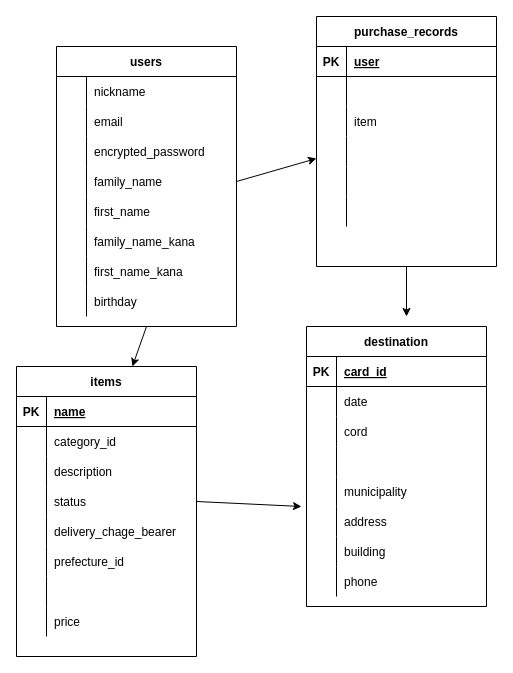
The draw.io diagram README.dio in akifumiyamane/furima-38392, before the edit. Source tidied: cells renumbered, new cells numbered last; positions are measured from the earlier drawing's top-left corner, leaving out a move shared by most shapes. Both pictures are drawn from the tidied source at 100%, with x=0, y=0 at pixel (16, 16).
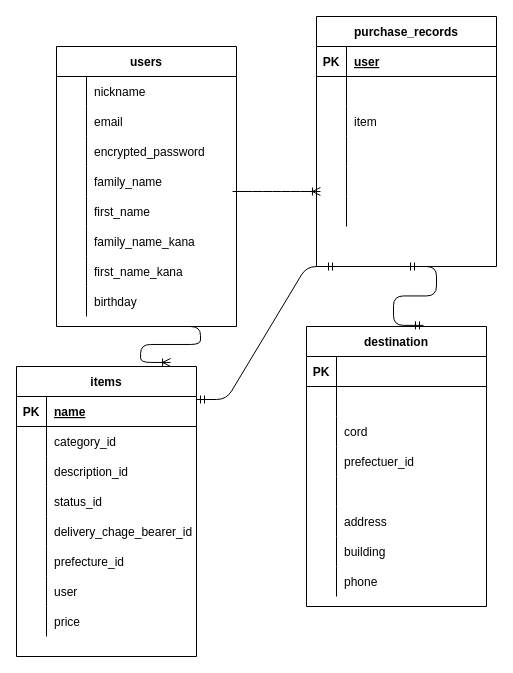
Above is the later version.

Commit message:
データベース設計

Unchanged cells that the change refers to:
```xml
<mxCell id="2" value="items" style="shape=table;startSize=30;childLayout=tableLayout;rowLines=0;fontStyle=1;align=center;" parent="1" vertex="1">
  <mxGeometry y="350" width="180" height="290" as="geometry" />
</mxCell>
<mxCell id="3" style="shape=partialRectangle;fillColor=none;top=0;left=0;bottom=1;right=0;points=[[0,0.5],[1,0.5]];portConstraint=eastwest;" parent="2" vertex="1">
  <mxGeometry y="30" width="180" height="30" as="geometry" />
</mxCell>
<mxCell id="9" style="shape=partialRectangle;fillColor=none;top=0;left=0;bottom=0;right=0;" parent="2" vertex="1">
  <mxGeometry y="90" width="180" height="30" as="geometry" />
</mxCell>
<mxCell id="12" style="shape=partialRectangle;fillColor=none;top=0;left=0;bottom=0;right=0;points=[[0,0.5],[1,0.5]];portConstraint=eastwest;" parent="2" vertex="1">
  <mxGeometry y="120" width="180" height="30" as="geometry" />
</mxCell>
<mxCell id="15" style="shape=partialRectangle;fillColor=none;top=0;left=0;bottom=0;right=0;" parent="2" vertex="1">
  <mxGeometry y="150" width="180" height="30" as="geometry" />
</mxCell>
<mxCell id="21" style="shape=partialRectangle;fillColor=none;top=0;left=0;bottom=0;right=0;" parent="2" vertex="1">
  <mxGeometry y="210" width="180" height="30" as="geometry" />
</mxCell>
<mxCell id="28" value="purchase_records" style="shape=table;startSize=30;childLayout=tableLayout;rowLines=0;fontStyle=1;align=center;" parent="1" vertex="1">
  <mxGeometry x="300" width="180" height="250" as="geometry" />
</mxCell>
<mxCell id="38" style="shape=partialRectangle;fillColor=none;top=0;left=0;bottom=0;right=0;points=[[0,0.5],[1,0.5]];portConstraint=eastwest;" parent="28" vertex="1">
  <mxGeometry y="120" width="180" height="30" as="geometry" />
</mxCell>
<mxCell id="44" style="shape=partialRectangle;fillColor=none;top=0;left=0;bottom=0;right=0;points=[[0,0.5],[1,0.5]];portConstraint=eastwest;" parent="28" vertex="1">
  <mxGeometry y="180" width="180" height="30" as="geometry" />
</mxCell>
<mxCell id="47" value="destination" style="shape=table;startSize=30;childLayout=tableLayout;rowLines=0;fontStyle=1;align=center;" parent="1" vertex="1">
  <mxGeometry x="290" y="310" width="180" height="280" as="geometry" />
</mxCell>
<mxCell id="48" style="shape=partialRectangle;fillColor=none;top=0;left=0;bottom=1;right=0;" parent="47" vertex="1">
  <mxGeometry y="30" width="180" height="30" as="geometry" />
</mxCell>
<mxCell id="51" style="shape=partialRectangle;fillColor=none;top=0;left=0;bottom=0;right=0;" parent="47" vertex="1">
  <mxGeometry y="60" width="180" height="30" as="geometry" />
</mxCell>
<mxCell id="57" style="shape=partialRectangle;fillColor=none;top=0;left=0;bottom=0;right=0;" parent="47" vertex="1">
  <mxGeometry y="120" width="180" height="30" as="geometry" />
</mxCell>
<mxCell id="60" style="shape=partialRectangle;fillColor=none;top=0;left=0;bottom=0;right=0;" parent="47" vertex="1">
  <mxGeometry y="150" width="180" height="30" as="geometry" />
</mxCell>
<mxCell id="63" style="shape=partialRectangle;fillColor=none;top=0;left=0;bottom=0;right=0;points=[[0,0.5],[1,0.5]];portConstraint=eastwest;" parent="47" vertex="1">
  <mxGeometry y="180" width="180" height="30" as="geometry" />
</mxCell>
<mxCell id="74" value="users" style="shape=table;startSize=30;childLayout=tableLayout;rowLines=0;fontStyle=1;align=center;" parent="1" vertex="1">
  <mxGeometry x="40" y="30" width="180" height="280" as="geometry" />
</mxCell>
<mxCell id="84" style="shape=partialRectangle;fillColor=none;top=0;left=0;bottom=0;right=0;points=[[0,0.5],[1,0.5]];portConstraint=eastwest;" parent="74" vertex="1">
  <mxGeometry y="120" width="180" height="30" as="geometry" />
</mxCell>
<mxCell id="87" style="shape=partialRectangle;fillColor=none;top=0;left=0;bottom=0;right=0;points=[[0,0.5],[1,0.5]];portConstraint=eastwest;" parent="74" vertex="1">
  <mxGeometry y="150" width="180" height="30" as="geometry" />
</mxCell>
```

What changed in the source:
```diff
@@
-    <mxCell id="11" value="description" style="shape=partialRectangle;fillColor=none;top=0;left=0;bottom=0;right=0;align=left;spacingLeft=6;overflow=hidden;" parent="9" vertex="1">
+    <mxCell id="11" value="description_id" style="shape=partialRectangle;fillColor=none;top=0;left=0;bottom=0;right=0;align=left;spacingLeft=6;overflow=hidden;" parent="9" vertex="1">
       <mxGeometry x="30" width="150" height="30" as="geometry" />
     </mxCell>
@@
-    <mxCell id="14" value="status" style="shape=partialRectangle;fillColor=none;top=0;left=0;bottom=0;right=0;align=left;spacingLeft=6;overflow=hidden;" parent="12" vertex="1">
+    <mxCell id="14" value="status_id" style="shape=partialRectangle;fillColor=none;top=0;left=0;bottom=0;right=0;align=left;spacingLeft=6;overflow=hidden;" parent="12" vertex="1">
       <mxGeometry x="30" width="150" height="30" as="geometry" />
     </mxCell>
@@
-    <mxCell id="17" value="delivery_chage_bearer" style="shape=partialRectangle;fillColor=none;top=0;left=0;bottom=0;right=0;align=left;spacingLeft=6;overflow=hidden;" parent="15" vertex="1">
+    <mxCell id="17" value="delivery_chage_bearer_id" style="shape=partialRectangle;fillColor=none;top=0;left=0;bottom=0;right=0;align=left;spacingLeft=6;overflow=hidden;" parent="15" vertex="1">
       <mxGeometry x="30" width="150" height="30" as="geometry" />
     </mxCell>
@@
-    <mxCell id="23" style="shape=partialRectangle;fillColor=none;top=0;left=0;bottom=0;right=0;align=left;spacingLeft=6;overflow=hidden;" parent="21" vertex="1">
+    <mxCell id="23" value="user" style="shape=partialRectangle;fillColor=none;top=0;left=0;bottom=0;right=0;align=left;spacingLeft=6;overflow=hidden;" parent="21" vertex="1">
       <mxGeometry x="30" width="150" height="30" as="geometry" />
     </mxCell>
@@
-    <mxCell id="27" style="edgeStyle=none;html=1;exitX=0.5;exitY=1;exitDx=0;exitDy=0;" parent="1" edge="1" source="28">
-      <mxGeometry relative="1" as="geometry">
-        <mxPoint x="390" y="300" as="targetPoint" />
-      </mxGeometry>
-    </mxCell>
@@
-    <mxCell id="50" value="card_id" style="shape=partialRectangle;fillColor=none;top=0;left=0;bottom=0;right=0;align=left;spacingLeft=6;fontStyle=5;overflow=hidden;" parent="48" vertex="1">
+    <mxCell id="50" style="shape=partialRectangle;fillColor=none;top=0;left=0;bottom=0;right=0;align=left;spacingLeft=6;fontStyle=5;overflow=hidden;" parent="48" vertex="1">
       <mxGeometry x="30" width="150" height="30" as="geometry" />
     </mxCell>
@@
-    <mxCell id="53" value="date" style="shape=partialRectangle;fillColor=none;top=0;left=0;bottom=0;right=0;align=left;spacingLeft=6;overflow=hidden;" parent="51" vertex="1">
+    <mxCell id="53" style="shape=partialRectangle;fillColor=none;top=0;left=0;bottom=0;right=0;align=left;spacingLeft=6;overflow=hidden;" parent="51" vertex="1">
       <mxGeometry x="30" width="150" height="30" as="geometry" />
     </mxCell>
@@
-    <mxCell id="59" style="shape=partialRectangle;fillColor=none;top=0;left=0;bottom=0;right=0;align=left;spacingLeft=6;overflow=hidden;" parent="57" vertex="1">
+    <mxCell id="59" value="prefectuer_id" style="shape=partialRectangle;fillColor=none;top=0;left=0;bottom=0;right=0;align=left;spacingLeft=6;overflow=hidden;" parent="57" vertex="1">
       <mxGeometry x="30" width="150" height="30" as="geometry" />
     </mxCell>
@@
-    <mxCell id="62" value="municipality" style="shape=partialRectangle;fillColor=none;top=0;left=0;bottom=0;right=0;align=left;spacingLeft=6;overflow=hidden;" parent="60" vertex="1">
+    <mxCell id="62" style="shape=partialRectangle;fillColor=none;top=0;left=0;bottom=0;right=0;align=left;spacingLeft=6;overflow=hidden;" parent="60" vertex="1">
       <mxGeometry x="30" width="150" height="30" as="geometry" />
     </mxCell>
@@
-    <mxCell id="72" style="edgeStyle=none;html=1;exitX=1;exitY=0.5;exitDx=0;exitDy=0;entryX=-0.028;entryY=0;entryDx=0;entryDy=0;entryPerimeter=0;" parent="1" edge="1" source="12" target="63">
-      <mxGeometry relative="1" as="geometry" />
-    </mxCell>
-    <mxCell id="73" style="edgeStyle=none;html=1;exitX=0.5;exitY=1;exitDx=0;exitDy=0;entryX=0.644;entryY=0;entryDx=0;entryDy=0;entryPerimeter=0;" parent="1" edge="1" source="74" target="2">
-      <mxGeometry relative="1" as="geometry" />
-    </mxCell>
@@
-    <mxCell id="99" style="edgeStyle=none;html=1;exitX=1;exitY=0.5;exitDx=0;exitDy=0;entryX=0;entryY=0.733;entryDx=0;entryDy=0;entryPerimeter=0;" parent="1" edge="1" source="84" target="38">
-      <mxGeometry relative="1" as="geometry" />
-    </mxCell>
+    <mxCell id="100" style="edgeStyle=entityRelationEdgeStyle;fontSize=12;html=1;endArrow=ERoneToMany;exitX=0.978;exitY=-0.167;exitDx=0;exitDy=0;exitPerimeter=0;entryX=0.022;entryY=-0.167;entryDx=0;entryDy=0;entryPerimeter=0;" parent="1" edge="1" source="87" target="44">
+      <mxGeometry relative="1" as="geometry" />
+    </mxCell>
+    <mxCell id="101" style="edgeStyle=entityRelationEdgeStyle;fontSize=12;html=1;endArrow=ERoneToMany;entryX=0.856;entryY=-0.014;entryDx=0;entryDy=0;entryPerimeter=0;" parent="1" edge="1" target="2">
+      <mxGeometry relative="1" as="geometry">
+        <mxPoint x="154" y="310" as="sourcePoint" />
+      </mxGeometry>
+    </mxCell>
+    <mxCell id="102" style="edgeStyle=entityRelationEdgeStyle;fontSize=12;html=1;endArrow=ERmandOne;startArrow=ERmandOne;exitX=1;exitY=0.1;exitDx=0;exitDy=0;exitPerimeter=0;" parent="1" edge="1" source="3">
+      <mxGeometry relative="1" as="geometry">
+        <mxPoint x="320" y="250" as="targetPoint" />
+      </mxGeometry>
+    </mxCell>
+    <mxCell id="103" style="edgeStyle=entityRelationEdgeStyle;fontSize=12;html=1;endArrow=ERmandOne;startArrow=ERmandOne;entryX=0.5;entryY=1;entryDx=0;entryDy=0;exitX=0.65;exitY=-0.004;exitDx=0;exitDy=0;exitPerimeter=0;" parent="1" edge="1" source="47" target="28">
+      <mxGeometry relative="1" as="geometry" />
+    </mxCell>
```
